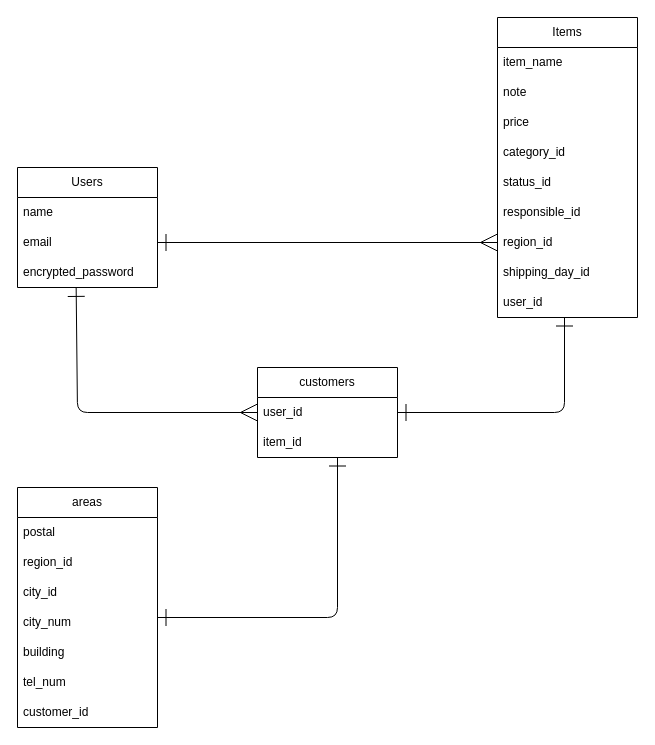
Earlier version of the draw.io diagram furima.dio (Toshiki-Ichi/furima-41548). Source tidied: cells renumbered, new cells numbered last; positions are measured from the earlier drawing's top-left corner, leaving out a move shared by most shapes. Both pictures are drawn from the tidied source at 100%, with x=0, y=0 at pixel (17, 17).
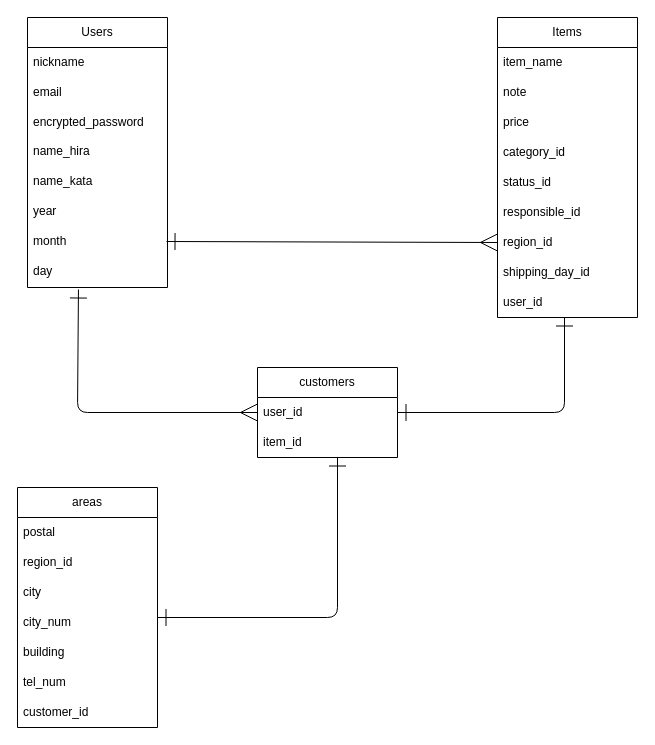
Above is the later version.

Commit message (it also covers changes not shown here):
データベース設計修正2

The change refers to these unchanged cells:
```xml
<mxCell id="4" value="email" style="text;strokeColor=none;fillColor=none;align=left;verticalAlign=middle;spacingLeft=4;spacingRight=4;overflow=hidden;points=[[0,0.5],[1,0.5]];portConstraint=eastwest;whiteSpace=wrap;html=1;" parent="2" vertex="1">
  <mxGeometry y="60" width="140" height="30" as="geometry" />
</mxCell>
<mxCell id="5" value="encrypted_password" style="text;strokeColor=none;fillColor=none;align=left;verticalAlign=middle;spacingLeft=4;spacingRight=4;overflow=hidden;points=[[0,0.5],[1,0.5]];portConstraint=eastwest;whiteSpace=wrap;html=1;" parent="2" vertex="1">
  <mxGeometry y="90" width="140" height="30" as="geometry" />
</mxCell>
<mxCell id="13" value="region_id" style="text;strokeColor=none;fillColor=none;align=left;verticalAlign=middle;spacingLeft=4;spacingRight=4;overflow=hidden;points=[[0,0.5],[1,0.5]];portConstraint=eastwest;whiteSpace=wrap;html=1;" parent="6" vertex="1">
  <mxGeometry y="210" width="140" height="30" as="geometry" />
</mxCell>
<mxCell id="17" value="user_id" style="text;strokeColor=none;fillColor=none;align=left;verticalAlign=middle;spacingLeft=4;spacingRight=4;overflow=hidden;points=[[0,0.5],[1,0.5]];portConstraint=eastwest;whiteSpace=wrap;html=1;" parent="16" vertex="1">
  <mxGeometry y="30" width="140" height="30" as="geometry" />
</mxCell>
<mxCell id="19" value="areas" style="swimlane;fontStyle=0;horizontal=1;startSize=30;whiteSpace=wrap;html=1;" parent="1" vertex="1">
  <mxGeometry y="470" width="140" height="240" as="geometry" />
</mxCell>
```

The edit, as a diff of the source:
```diff
@@
     <mxCell id="2" value="Users" style="swimlane;fontStyle=0;horizontal=1;startSize=30;whiteSpace=wrap;html=1;" parent="1" vertex="1">
-      <mxGeometry y="150" width="140" height="120" as="geometry" />
+      <mxGeometry x="10" width="140" height="270" as="geometry" />
     </mxCell>
-    <mxCell id="3" value="name" style="text;strokeColor=none;fillColor=none;align=left;verticalAlign=middle;spacingLeft=4;spacingRight=4;overflow=hidden;whiteSpace=wrap;html=1;" parent="2" vertex="1">
+    <mxCell id="3" value="nickname" style="text;strokeColor=none;fillColor=none;align=left;verticalAlign=middle;spacingLeft=4;spacingRight=4;overflow=hidden;whiteSpace=wrap;html=1;" parent="2" vertex="1">
       <mxGeometry y="30" width="140" height="30" as="geometry" />
     </mxCell>
@@
+    <mxCell id="31" value="name_hira" style="text;strokeColor=none;fillColor=none;spacingLeft=4;spacingRight=4;overflow=hidden;fontSize=12;" parent="2" vertex="1">
+      <mxGeometry y="120" width="140" height="30" as="geometry" />
+    </mxCell>
+    <mxCell id="32" value="name_kata" style="text;strokeColor=none;fillColor=none;spacingLeft=4;spacingRight=4;overflow=hidden;fontSize=12;" parent="2" vertex="1">
+      <mxGeometry y="150" width="140" height="30" as="geometry" />
+    </mxCell>
+    <mxCell id="33" value="year" style="text;strokeColor=none;fillColor=none;spacingLeft=4;spacingRight=4;overflow=hidden;fontSize=12;" parent="2" vertex="1">
+      <mxGeometry y="180" width="140" height="30" as="geometry" />
+    </mxCell>
+    <mxCell id="34" value="month" style="text;strokeColor=none;fillColor=none;spacingLeft=4;spacingRight=4;overflow=hidden;points=[[0,0.5],[1,0.5]];portConstraint=eastwest;fontSize=12;" parent="2" vertex="1">
+      <mxGeometry y="210" width="140" height="30" as="geometry" />
+    </mxCell>
+    <mxCell id="35" value="day" style="text;strokeColor=none;fillColor=none;spacingLeft=4;spacingRight=4;overflow=hidden;points=[[0,0.5],[1,0.5]];portConstraint=eastwest;fontSize=12;" parent="2" vertex="1">
+      <mxGeometry y="240" width="140" height="30" as="geometry" />
+    </mxCell>
@@
-    <mxCell id="22" value="city_id" style="text;strokeColor=none;fillColor=none;align=left;verticalAlign=middle;spacingLeft=4;spacingRight=4;overflow=hidden;whiteSpace=wrap;html=1;" parent="19" vertex="1">
+    <mxCell id="22" value="city" style="text;strokeColor=none;fillColor=none;align=left;verticalAlign=middle;spacingLeft=4;spacingRight=4;overflow=hidden;whiteSpace=wrap;html=1;" parent="19" vertex="1">
       <mxGeometry y="90" width="140" height="30" as="geometry" />
     </mxCell>
@@
-    <mxCell id="27" style="endArrow=ERmany;html=1;exitX=1;exitY=0.5;exitDx=0;exitDy=0;entryX=0;entryY=0.5;entryDx=0;entryDy=0;strokeWidth=1;startArrow=ERone;startFill=0;endFill=0;targetPerimeterSpacing=0;endSize=15;startSize=15;" parent="1" edge="1" source="4" target="13">
+    <mxCell id="27" style="endArrow=ERmany;html=1;exitX=0.993;exitY=0.467;exitDx=0;exitDy=0;entryX=0;entryY=0.5;entryDx=0;entryDy=0;strokeWidth=1;startArrow=ERone;startFill=0;endFill=0;targetPerimeterSpacing=0;endSize=15;startSize=15;exitPerimeter=0;" parent="1" edge="1" source="34" target="13">
       <mxGeometry relative="1" as="geometry" />
     </mxCell>
@@
-    <mxCell id="29" style="endArrow=ERone;html=1;exitX=0;exitY=0.5;exitDx=0;exitDy=0;entryX=0.419;entryY=1.014;entryDx=0;entryDy=0;entryPerimeter=0;startArrow=ERmany;startFill=0;endFill=0;endSize=15;startSize=15;" parent="1" edge="1" source="17" target="5">
+    <mxCell id="29" style="endArrow=ERone;html=1;exitX=0;exitY=0.5;exitDx=0;exitDy=0;startArrow=ERmany;startFill=0;endFill=0;endSize=15;startSize=15;entryX=0.364;entryY=1.067;entryDx=0;entryDy=0;entryPerimeter=0;" parent="1" edge="1" source="17" target="35">
       <mxGeometry relative="1" as="geometry">
         <Array as="points">
           <mxPoint x="60" y="395" />
         </Array>
       </mxGeometry>
     </mxCell>
```
